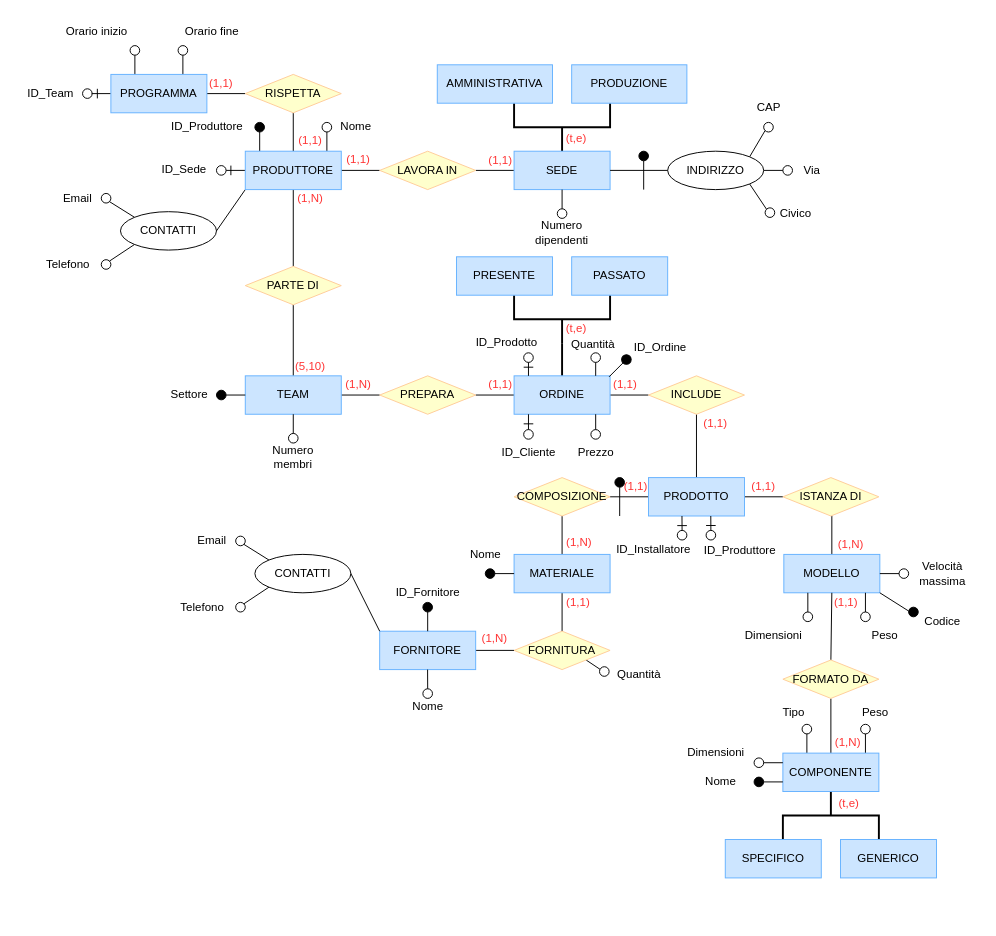
Before: Secondo Anno/Secondo_Semestre/Basi_dati/Diagrammi_GreenRail/rivisto_produttore.drawio in bilottiale/uni, a draw.io diagram. Source tidied: cells renumbered, new cells numbered last; positions are measured from the earlier drawing's top-left corner, leaving out a move shared by most shapes. Both pictures are drawn from the tidied source at 96%, with x=0, y=0 at pixel (16, 16).
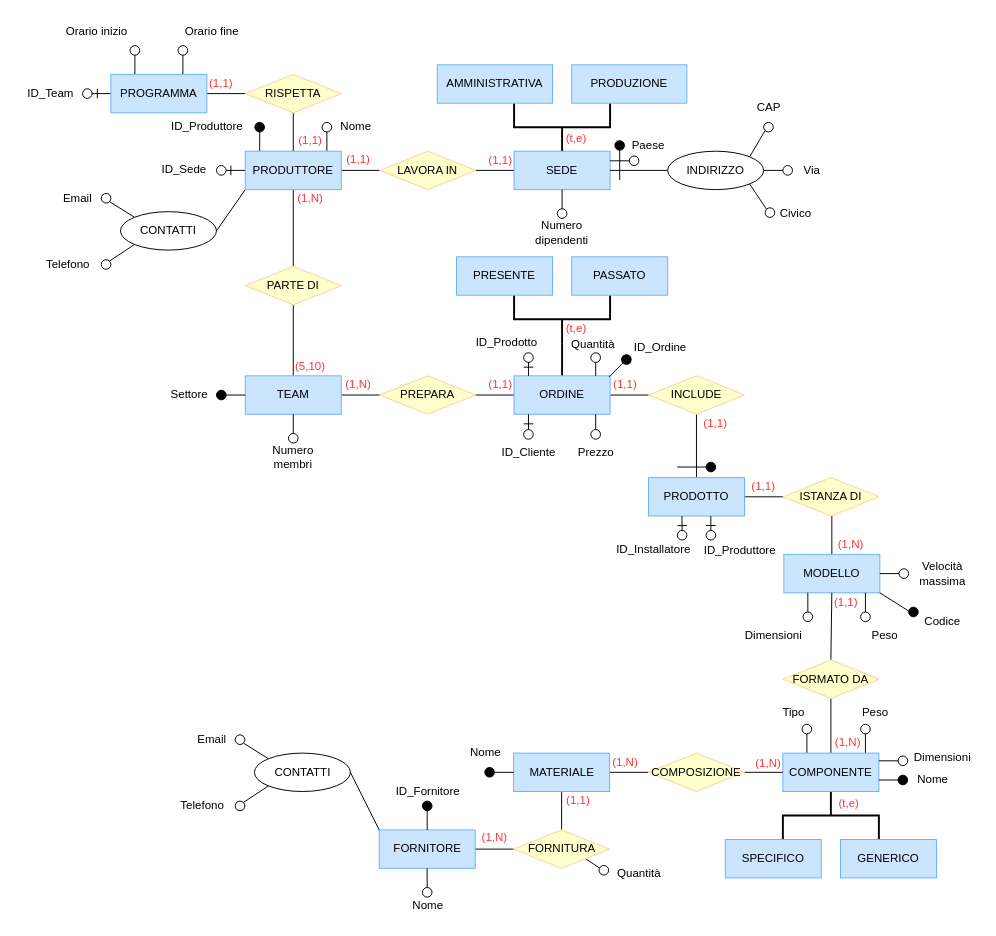
Above is the later version.

Unchanged cells that the change refers to:
```xml
<mxCell id="39" value="PRODOTTO" style="rounded=0;whiteSpace=wrap;html=1;fillColor=#CCE5FF;strokeColor=#66B2FF;" parent="1" vertex="1">
  <mxGeometry x="658" y="480" width="100" height="40" as="geometry" />
</mxCell>
<mxCell id="44" value="SEDE" style="rounded=0;whiteSpace=wrap;html=1;fillColor=#CCE5FF;strokeColor=#66B2FF;" parent="1" vertex="1">
  <mxGeometry x="518" y="140" width="100" height="40" as="geometry" />
</mxCell>
<mxCell id="141" style="group;" parent="1" vertex="1">
  <mxGeometry x="465" y="324" width="245" height="145" as="geometry" />
</mxCell>
<mxCell id="185" value="COMPONENTE" style="rounded=0;whiteSpace=wrap;html=1;fillColor=#CCE5FF;strokeColor=#66B2FF;" parent="1" vertex="1">
  <mxGeometry x="798" y="767" width="100" height="40" as="geometry" />
</mxCell>
<mxCell id="207" style="group;rotation=-180;" parent="1" vertex="1">
  <mxGeometry x="648" y="140" width="10" height="30" as="geometry" />
</mxCell>
```

The edit, as a diff of the source:
```diff
@@
-    <mxCell id="11" style="endArrow=none;html=1;rounded=0;exitX=1;exitY=0.5;exitDx=0;exitDy=0;entryX=0;entryY=0.5;entryDx=0;entryDy=0;" parent="1" edge="1" source="38" target="39">
-      <mxGeometry relative="1" as="geometry" />
-    </mxCell>
@@
-    <mxCell id="13" style="endArrow=none;html=1;rounded=0;entryX=0.5;entryY=1;entryDx=0;entryDy=0;exitX=0.5;exitY=0;exitDx=0;exitDy=0;" parent="1" edge="1" source="37" target="38">
+    <mxCell id="13" style="endArrow=none;html=1;rounded=0;entryX=0;entryY=0.5;entryDx=0;entryDy=0;exitX=1;exitY=0.5;exitDx=0;exitDy=0;" parent="1" edge="1" source="37" target="38">
       <mxGeometry relative="1" as="geometry" />
     </mxCell>
@@
     <mxCell id="30" value="(1,N)" style="text;html=1;align=center;verticalAlign=middle;whiteSpace=wrap;rounded=0;fontColor=#FF3333;" parent="1" vertex="1">
-      <mxGeometry x="556" y="533" width="60" height="30" as="geometry" />
+      <mxGeometry x="604" y="762" width="60" height="30" as="geometry" />
     </mxCell>
     <mxCell id="31" value="(1,1)" style="text;html=1;align=center;verticalAlign=middle;whiteSpace=wrap;rounded=0;fontColor=#FF3333;" parent="1" vertex="1">
-      <mxGeometry x="555" y="595" width="60" height="30" as="geometry" />
+      <mxGeometry x="554.5" y="802" width="60" height="30" as="geometry" />
     </mxCell>
     <mxCell id="32" value="(1,N)" style="text;html=1;align=center;verticalAlign=middle;whiteSpace=wrap;rounded=0;fontColor=#FF3333;" parent="1" vertex="1">
-      <mxGeometry x="468" y="633" width="60" height="30" as="geometry" />
+      <mxGeometry x="467.5" y="840" width="60" height="30" as="geometry" />
     </mxCell>
-    <mxCell id="33" value="(1,1)" style="text;html=1;align=center;verticalAlign=middle;whiteSpace=wrap;rounded=0;fontColor=#FF3333;" parent="1" vertex="1">
-      <mxGeometry x="615" y="474" width="60" height="30" as="geometry" />
-    </mxCell>
@@
     <mxCell id="36" value="FORNITORE" style="rounded=0;whiteSpace=wrap;html=1;fillColor=#CCE5FF;strokeColor=#66B2FF;" parent="1" vertex="1">
-      <mxGeometry x="378" y="640" width="100" height="40" as="geometry" />
+      <mxGeometry x="377.5" y="847" width="100" height="40" as="geometry" />
     </mxCell>
     <mxCell id="37" value="MATERIALE" style="rounded=0;whiteSpace=wrap;html=1;fillColor=#CCE5FF;strokeColor=#66B2FF;" parent="1" vertex="1">
-      <mxGeometry x="518" y="560" width="100" height="40" as="geometry" />
+      <mxGeometry x="517.5" y="767" width="100" height="40" as="geometry" />
     </mxCell>
-    <mxCell id="38" value="COMPOSIZIONE" style="rhombus;whiteSpace=wrap;html=1;fillColor=#FFFFCC;strokeColor=#FFCC99;" parent="1" vertex="1">
-      <mxGeometry x="518" y="480" width="100" height="40" as="geometry" />
-    </mxCell>
@@
-    <mxCell id="74" style="ellipse;whiteSpace=wrap;html=1;fillColor=#000000;strokeColor=default;" parent="1" vertex="1">
-      <mxGeometry x="623" y="480" width="10" height="10" as="geometry" />
-    </mxCell>
-    <mxCell id="75" style="endArrow=none;html=1;rounded=0;entryX=0.5;entryY=1;entryDx=0;entryDy=0;" parent="1" edge="1" target="74">
-      <mxGeometry relative="1" as="geometry">
-        <mxPoint x="628" y="520" as="sourcePoint" />
-      </mxGeometry>
-    </mxCell>
@@
     <mxCell id="104" style="endArrow=none;html=1;rounded=0;fontFamily=Helvetica;fontSize=12;fontColor=default;exitX=1;exitY=1;exitDx=0;exitDy=0;" parent="1" edge="1" source="106">
       <mxGeometry relative="1" as="geometry">
-        <mxPoint x="608" y="680" as="targetPoint" />
+        <mxPoint x="607.5" y="887" as="targetPoint" />
       </mxGeometry>
     </mxCell>
     <mxCell id="105" style="ellipse;whiteSpace=wrap;html=1;fillColor=#FFFFFF;strokeColor=default;rotation=-180;" parent="1" vertex="1">
-      <mxGeometry x="607" y="677" width="10" height="10" as="geometry" />
+      <mxGeometry x="606.5" y="884" width="10" height="10" as="geometry" />
     </mxCell>
     <mxCell id="106" value="FORNITURA" style="rhombus;whiteSpace=wrap;html=1;fillColor=#FFFFCC;strokeColor=#FFCC99;" parent="1" vertex="1">
-      <mxGeometry x="518" y="640" width="100" height="40" as="geometry" />
+      <mxGeometry x="517.5" y="847" width="100" height="40" as="geometry" />
     </mxCell>
     <mxCell id="107" value="Quantità" style="text;html=1;align=center;verticalAlign=middle;strokeColor=none;fillColor=none;" parent="1" vertex="1">
-      <mxGeometry x="613" y="670" width="70" height="30" as="geometry" />
+      <mxGeometry x="612.5" y="878" width="70" height="30" as="geometry" />
     </mxCell>
@@
     <mxCell id="117" style="group;" parent="1" vertex="1">
-      <mxGeometry x="158" y="531" width="190" height="99" as="geometry" />
+      <mxGeometry x="157.5" y="738" width="190" height="99" as="geometry" />
     </mxCell>
@@
     <mxCell id="126" style="ellipse;whiteSpace=wrap;html=1;fillColor=#000000;strokeColor=default;fillStyle=solid;" parent="1" vertex="1">
-      <mxGeometry x="488" y="575" width="10" height="10" as="geometry" />
+      <mxGeometry x="487.5" y="782" width="10" height="10" as="geometry" />
     </mxCell>
     <mxCell id="127" style="endArrow=none;html=1;rounded=0;entryX=0;entryY=0.5;entryDx=0;entryDy=0;" parent="1" edge="1" target="37">
       <mxGeometry relative="1" as="geometry">
-        <mxPoint x="498" y="580" as="sourcePoint" />
+        <mxPoint x="497.5" y="787" as="sourcePoint" />
       </mxGeometry>
     </mxCell>
     <mxCell id="128" value="Nome" style="text;html=1;align=center;verticalAlign=middle;strokeColor=none;fillColor=none;" parent="1" vertex="1">
-      <mxGeometry x="458" y="545" width="60" height="30" as="geometry" />
+      <mxGeometry x="457.5" y="752" width="60" height="30" as="geometry" />
     </mxCell>
     <mxCell id="129" style="ellipse;whiteSpace=wrap;html=1;fillColor=#000000;strokeColor=default;" parent="1" vertex="1">
-      <mxGeometry x="423" y="610" width="10" height="10" as="geometry" />
+      <mxGeometry x="422.5" y="817" width="10" height="10" as="geometry" />
     </mxCell>
     <mxCell id="130" style="endArrow=none;html=1;rounded=0;entryX=0.5;entryY=1;entryDx=0;entryDy=0;" parent="1" edge="1" target="129">
       <mxGeometry relative="1" as="geometry">
-        <mxPoint x="428" y="640" as="sourcePoint" />
+        <mxPoint x="427.5" y="847" as="sourcePoint" />
       </mxGeometry>
     </mxCell>
     <mxCell id="131" value="ID_Fornitore" style="text;html=1;align=center;verticalAlign=middle;strokeColor=none;fillColor=none;" parent="1" vertex="1">
-      <mxGeometry x="383" y="585" width="90" height="30" as="geometry" />
+      <mxGeometry x="382.5" y="792" width="90" height="30" as="geometry" />
     </mxCell>
     <mxCell id="132" value="Nome" style="text;html=1;align=center;verticalAlign=middle;strokeColor=none;fillColor=none;" parent="1" vertex="1">
-      <mxGeometry x="398" y="704" width="60" height="30" as="geometry" />
+      <mxGeometry x="397.5" y="911" width="60" height="30" as="geometry" />
     </mxCell>
     <mxCell id="133" style="ellipse;whiteSpace=wrap;html=1;fillColor=none;strokeColor=default;" parent="1" vertex="1">
-      <mxGeometry x="423" y="700" width="10" height="10" as="geometry" />
+      <mxGeometry x="422.5" y="907" width="10" height="10" as="geometry" />
     </mxCell>
     <mxCell id="134" style="endArrow=none;html=1;rounded=0;entryX=0.5;entryY=1;entryDx=0;entryDy=0;exitX=0.5;exitY=0;exitDx=0;exitDy=0;" parent="1" edge="1" source="133">
       <mxGeometry relative="1" as="geometry">
-        <mxPoint x="427.9" y="680" as="targetPoint" />
+        <mxPoint x="427.4" y="887" as="targetPoint" />
       </mxGeometry>
     </mxCell>
@@
+    <mxCell id="210" style="group;rotation=90;" parent="141" vertex="1">
+      <mxGeometry x="238" y="125" width="10" height="40" as="geometry" />
+    </mxCell>
+    <mxCell id="75" style="endArrow=none;html=1;rounded=0;entryX=0.5;entryY=1;entryDx=0;entryDy=0;" parent="210" edge="1" target="74">
+      <mxGeometry relative="1" as="geometry">
+        <mxPoint x="-15" y="20" as="sourcePoint" />
+      </mxGeometry>
+    </mxCell>
+    <mxCell id="74" style="ellipse;whiteSpace=wrap;html=1;fillColor=#000000;strokeColor=default;rotation=90;" parent="210" vertex="1">
+      <mxGeometry x="15" y="15" width="10" height="10" as="geometry" />
+    </mxCell>
@@
     <mxCell id="176" value="Dimensioni" style="text;html=1;align=center;verticalAlign=middle;strokeColor=none;fillColor=none;" parent="1" vertex="1">
-      <mxGeometry x="688" y="752" width="80" height="30" as="geometry" />
+      <mxGeometry x="924" y="757" width="80" height="30" as="geometry" />
     </mxCell>
@@
-    <mxCell id="186" style="group;rotation=90;" parent="1" vertex="1">
-      <mxGeometry x="778" y="762" width="10" height="30" as="geometry" />
-    </mxCell>
-    <mxCell id="187" style="ellipse;whiteSpace=wrap;html=1;fillColor=none;strokeColor=default;rotation=90;" parent="186" vertex="1">
-      <mxGeometry x="-10" y="10" width="10" height="10" as="geometry" />
-    </mxCell>
-    <mxCell id="188" style="endArrow=none;html=1;rounded=0;fontFamily=Helvetica;fontSize=12;fontColor=default;" parent="186" edge="1">
-      <mxGeometry relative="1" as="geometry">
-        <mxPoint y="15" as="sourcePoint" />
-        <mxPoint x="20" y="15" as="targetPoint" />
-      </mxGeometry>
-    </mxCell>
-    <mxCell id="189" style="group;rotation=90;" parent="1" vertex="1">
-      <mxGeometry x="778" y="782" width="10" height="30" as="geometry" />
-    </mxCell>
-    <mxCell id="190" style="ellipse;whiteSpace=wrap;html=1;fillColor=#000000;strokeColor=default;rotation=90;" parent="189" vertex="1">
-      <mxGeometry x="-10" y="10" width="10" height="10" as="geometry" />
-    </mxCell>
-    <mxCell id="191" style="endArrow=none;html=1;rounded=0;fontFamily=Helvetica;fontSize=12;fontColor=default;" parent="189" edge="1">
-      <mxGeometry relative="1" as="geometry">
-        <mxPoint y="15" as="sourcePoint" />
-        <mxPoint x="20" y="15" as="targetPoint" />
-      </mxGeometry>
-    </mxCell>
     <mxCell id="192" value="Nome" style="text;html=1;align=center;verticalAlign=middle;strokeColor=none;fillColor=none;" parent="1" vertex="1">
-      <mxGeometry x="703" y="782" width="60" height="30" as="geometry" />
+      <mxGeometry x="924" y="780" width="60" height="30" as="geometry" />
     </mxCell>
@@
+    <mxCell id="211" style="endArrow=none;html=1;rounded=0;fontFamily=Helvetica;fontSize=12;fontColor=default;exitX=1;exitY=0.25;exitDx=0;exitDy=0;" parent="207" edge="1" source="44">
+      <mxGeometry relative="1" as="geometry">
+        <mxPoint x="-10" y="10" as="targetPoint" />
+      </mxGeometry>
+    </mxCell>
+    <mxCell id="212" style="ellipse;whiteSpace=wrap;html=1;fillColor=none;strokeColor=default;rotation=-180;" parent="1" vertex="1">
+      <mxGeometry x="638" y="145" width="10" height="10" as="geometry" />
+    </mxCell>
-    <mxCell id="208" style="endArrow=none;html=1;rounded=0;fontFamily=Helvetica;fontSize=12;fontColor=default;exitX=0.5;exitY=0;exitDx=0;exitDy=0;" parent="207" edge="1" source="209">
+    <mxCell id="208" style="endArrow=none;html=1;rounded=0;fontFamily=Helvetica;fontSize=12;fontColor=default;exitX=0.5;exitY=0;exitDx=0;exitDy=0;" parent="1" edge="1" source="209">
       <mxGeometry relative="1" as="geometry">
-        <mxPoint x="5" y="40" as="targetPoint" />
+        <mxPoint x="628" y="170" as="targetPoint" />
       </mxGeometry>
     </mxCell>
-    <mxCell id="209" style="ellipse;whiteSpace=wrap;html=1;fillColor=#000000;strokeColor=default;rotation=-180;" parent="207" vertex="1">
-      <mxGeometry width="10" height="10" as="geometry" />
+    <mxCell id="209" style="ellipse;whiteSpace=wrap;html=1;fillColor=#000000;strokeColor=default;rotation=-180;" parent="1" vertex="1">
+      <mxGeometry x="623" y="129" width="10" height="10" as="geometry" />
     </mxCell>
+    <mxCell id="213" value="Paese" style="text;html=1;align=center;verticalAlign=middle;whiteSpace=wrap;rounded=0;" parent="1" vertex="1">
+      <mxGeometry x="628" y="119" width="60" height="30" as="geometry" />
+    </mxCell>
+    <mxCell id="187" style="ellipse;whiteSpace=wrap;html=1;fillColor=none;strokeColor=default;rotation=90;" parent="1" vertex="1">
+      <mxGeometry x="918" y="770" width="10" height="10" as="geometry" />
+    </mxCell>
+    <mxCell id="188" style="endArrow=none;html=1;rounded=0;fontFamily=Helvetica;fontSize=12;fontColor=default;" parent="1" edge="1">
+      <mxGeometry relative="1" as="geometry">
+        <mxPoint x="918" y="775" as="sourcePoint" />
+        <mxPoint x="898" y="775" as="targetPoint" />
+      </mxGeometry>
+    </mxCell>
+    <mxCell id="214" style="ellipse;whiteSpace=wrap;html=1;fillColor=#000000;strokeColor=default;rotation=90;" parent="1" vertex="1">
+      <mxGeometry x="918" y="790" width="10" height="10" as="geometry" />
+    </mxCell>
+    <mxCell id="215" style="endArrow=none;html=1;rounded=0;fontFamily=Helvetica;fontSize=12;fontColor=default;" parent="1" edge="1">
+      <mxGeometry relative="1" as="geometry">
+        <mxPoint x="918" y="795" as="sourcePoint" />
+        <mxPoint x="898" y="795" as="targetPoint" />
+      </mxGeometry>
+    </mxCell>
+    <mxCell id="216" style="endArrow=none;html=1;rounded=0;entryX=0;entryY=0.5;entryDx=0;entryDy=0;exitX=1;exitY=0.5;exitDx=0;exitDy=0;" parent="1" edge="1" source="38" target="185">
+      <mxGeometry relative="1" as="geometry" />
+    </mxCell>
+    <mxCell id="38" value="COMPOSIZIONE" style="rhombus;whiteSpace=wrap;html=1;fillColor=#FFFFCC;strokeColor=#FFCC99;" parent="1" vertex="1">
+      <mxGeometry x="658" y="767" width="100" height="40" as="geometry" />
+    </mxCell>
+    <mxCell id="217" value="(1,N)" style="text;html=1;align=center;verticalAlign=middle;whiteSpace=wrap;rounded=0;fontColor=#FF3333;" parent="1" vertex="1">
+      <mxGeometry x="753" y="763" width="60" height="30" as="geometry" />
+    </mxCell>
```
